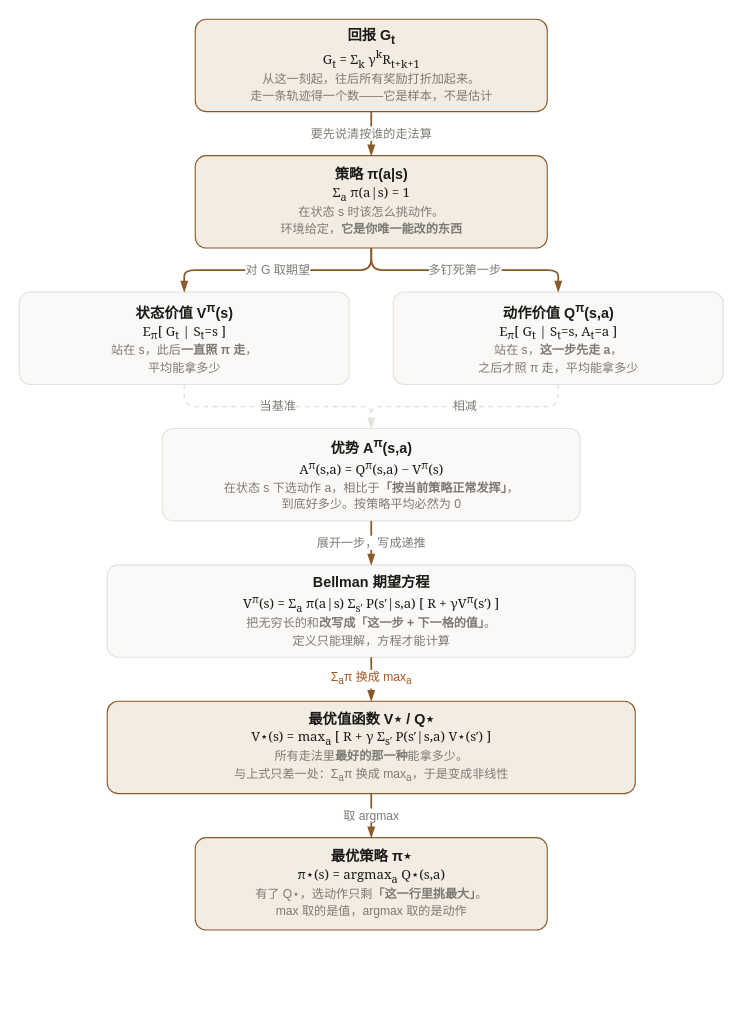
The draw.io diagram docs/assets/value-family.drawio in alfredzhang98/awesome_rl_handbook, before the edit. Source tidied: cells renumbered, new cells numbered last; positions are measured from the earlier drawing's top-left corner, leaving out a move shared by most shapes. Both pictures are drawn from the tidied source at 110%, with x=0, y=0 at pixel (19, 19).
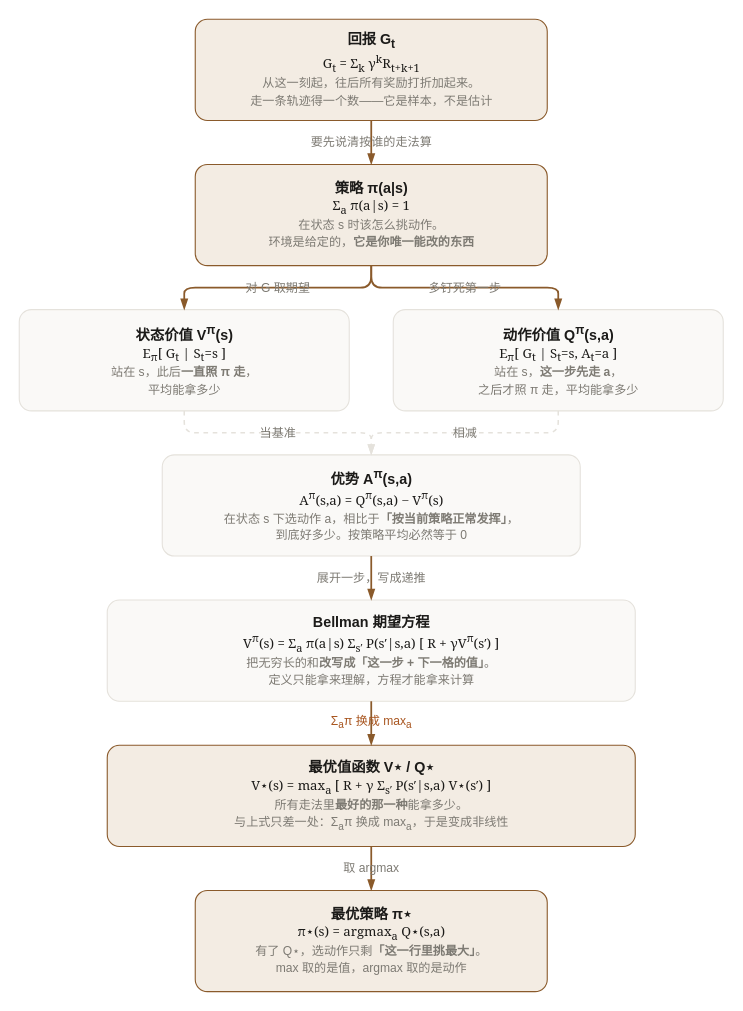
After the change.

Commit message (it also covers changes not shown here):
DP 直觉打通：ch2 新增 3×4 网格前向 dp，ch0 新增自举与递推方向、补收敛遍数；路线图加课级锚点

Diff of the diagram source:
```diff
@@
 <mxGraphModel>
   <root>
     <mxCell id="0" />
     <mxCell id="1" parent="0" />
-    <mxCell id="2" value="&lt;b&gt;回报 G&lt;sub&gt;t&lt;/sub&gt;&lt;/b&gt;&lt;br&gt;&lt;font style=&quot;font-family:Georgia,serif;font-size:12px&quot;&gt;G&lt;sub&gt;t&lt;/sub&gt; = Σ&lt;sub&gt;k&lt;/sub&gt; γ&lt;sup&gt;k&lt;/sup&gt;R&lt;sub&gt;t+k+1&lt;/sub&gt;&lt;/font&gt;&lt;br&gt;&lt;font color=&quot;#7d7a73&quot; style=&quot;font-size:11px&quot;&gt;从这一刻起，往后所有奖励打折加起来。&lt;br&gt;走一条轨迹得一个数——它是样本，不是估计&lt;/font&gt;" style="rounded=1;arcSize=12;html=1;fillColor=#f3ece3;strokeColor=#8a5a2b;fontColor=#1c1b19;fontSize=13;verticalAlign=middle;" parent="1" vertex="1">
-      <mxGeometry x="160" width="320" height="84" as="geometry" />
+    <mxCell id="2" value="&lt;b&gt;回报 G&lt;sub&gt;t&lt;/sub&gt;&lt;/b&gt;&lt;br&gt;&lt;font style=&quot;font-family:Georgia,serif;font-size:12px&quot;&gt;G&lt;sub&gt;t&lt;/sub&gt; = Σ&lt;sub&gt;k&lt;/sub&gt; γ&lt;sup&gt;k&lt;/sup&gt;R&lt;sub&gt;t+k+1&lt;/sub&gt;&lt;/font&gt;&lt;br&gt;&lt;font style=&quot;color:#7d7a73;font-size:11px&quot;&gt;从这一刻起，往后所有奖励打折加起来。&lt;br&gt;走一条轨迹得一个数——它是样本，不是估计&lt;/font&gt;" style="rounded=1;arcSize=12;html=1;fillColor=#f3ece3;strokeColor=#8a5a2b;fontColor=#1c1b19;fontSize=13;verticalAlign=middle;spacingTop=2;spacingBottom=2;" parent="1" vertex="1">
+      <mxGeometry x="160" width="320" height="92" as="geometry" />
     </mxCell>
-    <mxCell id="3" value="&lt;b&gt;策略 π(a|s)&lt;/b&gt;&lt;br&gt;&lt;font style=&quot;font-family:Georgia,serif;font-size:12px&quot;&gt;Σ&lt;sub&gt;a&lt;/sub&gt; π(a|s) = 1&lt;/font&gt;&lt;br&gt;&lt;font color=&quot;#7d7a73&quot; style=&quot;font-size:11px&quot;&gt;在状态 s 时该怎么挑动作。&lt;br&gt;环境给定，&lt;b&gt;它是你唯一能改的东西&lt;/b&gt;&lt;/font&gt;" style="rounded=1;arcSize=12;html=1;fillColor=#f3ece3;strokeColor=#8a5a2b;fontColor=#1c1b19;fontSize=13;" parent="1" vertex="1">
-      <mxGeometry x="160" y="124" width="320" height="84" as="geometry" />
+    <mxCell id="3" value="&lt;b&gt;策略 π(a|s)&lt;/b&gt;&lt;br&gt;&lt;font style=&quot;font-family:Georgia,serif;font-size:12px&quot;&gt;Σ&lt;sub&gt;a&lt;/sub&gt; π(a|s) = 1&lt;/font&gt;&lt;br&gt;&lt;font style=&quot;color:#7d7a73;font-size:11px&quot;&gt;在状态 s 时该怎么挑动作。&lt;br&gt;环境是给定的，&lt;b&gt;它是你唯一能改的东西&lt;/b&gt;&lt;/font&gt;" style="rounded=1;arcSize=12;html=1;fillColor=#f3ece3;strokeColor=#8a5a2b;fontColor=#1c1b19;fontSize=13;verticalAlign=middle;spacingTop=2;spacingBottom=2;" parent="1" vertex="1">
+      <mxGeometry x="160" y="132" width="320" height="92" as="geometry" />
     </mxCell>
-    <mxCell id="4" value="&lt;b&gt;状态价值 V&lt;sup&gt;π&lt;/sup&gt;(s)&lt;/b&gt;&lt;br&gt;&lt;font style=&quot;font-family:Georgia,serif;font-size:12px&quot;&gt;E&lt;sub&gt;π&lt;/sub&gt;[ G&lt;sub&gt;t&lt;/sub&gt; | S&lt;sub&gt;t&lt;/sub&gt;=s ]&lt;/font&gt;&lt;br&gt;&lt;font color=&quot;#7d7a73&quot; style=&quot;font-size:11px&quot;&gt;站在 s，此后&lt;b&gt;一直照 π 走&lt;/b&gt;，&lt;br&gt;平均能拿多少&lt;/font&gt;" style="rounded=1;arcSize=12;html=1;fillColor=#faf9f7;strokeColor=#e5e2dc;fontColor=#1c1b19;fontSize=13;" parent="1" vertex="1">
-      <mxGeometry y="248" width="300" height="84" as="geometry" />
+    <mxCell id="4" value="&lt;b&gt;状态价值 V&lt;sup&gt;π&lt;/sup&gt;(s)&lt;/b&gt;&lt;br&gt;&lt;font style=&quot;font-family:Georgia,serif;font-size:12px&quot;&gt;E&lt;sub&gt;π&lt;/sub&gt;[ G&lt;sub&gt;t&lt;/sub&gt; | S&lt;sub&gt;t&lt;/sub&gt;=s ]&lt;/font&gt;&lt;br&gt;&lt;font style=&quot;color:#7d7a73;font-size:11px&quot;&gt;站在 s，此后&lt;b&gt;一直照 π 走&lt;/b&gt;，&lt;br&gt;平均能拿多少&lt;/font&gt;" style="rounded=1;arcSize=12;html=1;fillColor=#faf9f7;strokeColor=#e5e2dc;fontColor=#1c1b19;fontSize=13;verticalAlign=middle;spacingTop=2;spacingBottom=2;" parent="1" vertex="1">
+      <mxGeometry y="264" width="300" height="92" as="geometry" />
     </mxCell>
-    <mxCell id="5" value="&lt;b&gt;动作价值 Q&lt;sup&gt;π&lt;/sup&gt;(s,a)&lt;/b&gt;&lt;br&gt;&lt;font style=&quot;font-family:Georgia,serif;font-size:12px&quot;&gt;E&lt;sub&gt;π&lt;/sub&gt;[ G&lt;sub&gt;t&lt;/sub&gt; | S&lt;sub&gt;t&lt;/sub&gt;=s, A&lt;sub&gt;t&lt;/sub&gt;=a ]&lt;/font&gt;&lt;br&gt;&lt;font color=&quot;#7d7a73&quot; style=&quot;font-size:11px&quot;&gt;站在 s，&lt;b&gt;这一步先走 a&lt;/b&gt;，&lt;br&gt;之后才照 π 走，平均能拿多少&lt;/font&gt;" style="rounded=1;arcSize=12;html=1;fillColor=#faf9f7;strokeColor=#e5e2dc;fontColor=#1c1b19;fontSize=13;" parent="1" vertex="1">
-      <mxGeometry x="340" y="248" width="300" height="84" as="geometry" />
+    <mxCell id="5" value="&lt;b&gt;动作价值 Q&lt;sup&gt;π&lt;/sup&gt;(s,a)&lt;/b&gt;&lt;br&gt;&lt;font style=&quot;font-family:Georgia,serif;font-size:12px&quot;&gt;E&lt;sub&gt;π&lt;/sub&gt;[ G&lt;sub&gt;t&lt;/sub&gt; | S&lt;sub&gt;t&lt;/sub&gt;=s, A&lt;sub&gt;t&lt;/sub&gt;=a ]&lt;/font&gt;&lt;br&gt;&lt;font style=&quot;color:#7d7a73;font-size:11px&quot;&gt;站在 s，&lt;b&gt;这一步先走 a&lt;/b&gt;，&lt;br&gt;之后才照 π 走，平均能拿多少&lt;/font&gt;" style="rounded=1;arcSize=12;html=1;fillColor=#faf9f7;strokeColor=#e5e2dc;fontColor=#1c1b19;fontSize=13;verticalAlign=middle;spacingTop=2;spacingBottom=2;" parent="1" vertex="1">
+      <mxGeometry x="340" y="264" width="300" height="92" as="geometry" />
     </mxCell>
-    <mxCell id="6" value="&lt;b&gt;优势 A&lt;sup&gt;π&lt;/sup&gt;(s,a)&lt;/b&gt;&lt;br&gt;&lt;font style=&quot;font-family:Georgia,serif;font-size:12px&quot;&gt;A&lt;sup&gt;π&lt;/sup&gt;(s,a) = Q&lt;sup&gt;π&lt;/sup&gt;(s,a) − V&lt;sup&gt;π&lt;/sup&gt;(s)&lt;/font&gt;&lt;br&gt;&lt;font color=&quot;#7d7a73&quot; style=&quot;font-size:11px&quot;&gt;在状态 s 下选动作 a，相比于&lt;b&gt;「按当前策略正常发挥」&lt;/b&gt;，&lt;br&gt;到底好多少。按策略平均必然为 0&lt;/font&gt;" style="rounded=1;arcSize=12;html=1;fillColor=#faf9f7;strokeColor=#e5e2dc;fontColor=#1c1b19;fontSize=13;" parent="1" vertex="1">
-      <mxGeometry x="130" y="372" width="380" height="84" as="geometry" />
+    <mxCell id="6" value="&lt;b&gt;优势 A&lt;sup&gt;π&lt;/sup&gt;(s,a)&lt;/b&gt;&lt;br&gt;&lt;font style=&quot;font-family:Georgia,serif;font-size:12px&quot;&gt;A&lt;sup&gt;π&lt;/sup&gt;(s,a) = Q&lt;sup&gt;π&lt;/sup&gt;(s,a) − V&lt;sup&gt;π&lt;/sup&gt;(s)&lt;/font&gt;&lt;br&gt;&lt;font style=&quot;color:#7d7a73;font-size:11px&quot;&gt;在状态 s 下选动作 a，相比于&lt;b&gt;「按当前策略正常发挥」&lt;/b&gt;，&lt;br&gt;到底好多少。按策略平均必然等于 0&lt;/font&gt;" style="rounded=1;arcSize=12;html=1;fillColor=#faf9f7;strokeColor=#e5e2dc;fontColor=#1c1b19;fontSize=13;verticalAlign=middle;spacingTop=2;spacingBottom=2;" parent="1" vertex="1">
+      <mxGeometry x="130" y="396" width="380" height="92" as="geometry" />
     </mxCell>
-    <mxCell id="7" value="&lt;b&gt;Bellman 期望方程&lt;/b&gt;&lt;br&gt;&lt;font style=&quot;font-family:Georgia,serif;font-size:12px&quot;&gt;V&lt;sup&gt;π&lt;/sup&gt;(s) = Σ&lt;sub&gt;a&lt;/sub&gt; π(a|s) Σ&lt;sub&gt;s′&lt;/sub&gt; P(s′|s,a) [ R + γV&lt;sup&gt;π&lt;/sup&gt;(s′) ]&lt;/font&gt;&lt;br&gt;&lt;font color=&quot;#7d7a73&quot; style=&quot;font-size:11px&quot;&gt;把无穷长的和&lt;b&gt;改写成「这一步 + 下一格的值」&lt;/b&gt;。&lt;br&gt;定义只能理解，方程才能计算&lt;/font&gt;" style="rounded=1;arcSize=12;html=1;fillColor=#faf9f7;strokeColor=#e5e2dc;fontColor=#1c1b19;fontSize=13;" parent="1" vertex="1">
-      <mxGeometry x="80" y="496" width="480" height="84" as="geometry" />
+    <mxCell id="7" value="&lt;b&gt;Bellman 期望方程&lt;/b&gt;&lt;br&gt;&lt;font style=&quot;font-family:Georgia,serif;font-size:12px&quot;&gt;V&lt;sup&gt;π&lt;/sup&gt;(s) = Σ&lt;sub&gt;a&lt;/sub&gt; π(a|s) Σ&lt;sub&gt;s′&lt;/sub&gt; P(s′|s,a) [ R + γV&lt;sup&gt;π&lt;/sup&gt;(s′) ]&lt;/font&gt;&lt;br&gt;&lt;font style=&quot;color:#7d7a73;font-size:11px&quot;&gt;把无穷长的和&lt;b&gt;改写成「这一步 + 下一格的值」&lt;/b&gt;。&lt;br&gt;定义只能拿来理解，方程才能拿来计算&lt;/font&gt;" style="rounded=1;arcSize=12;html=1;fillColor=#faf9f7;strokeColor=#e5e2dc;fontColor=#1c1b19;fontSize=13;verticalAlign=middle;spacingTop=2;spacingBottom=2;" parent="1" vertex="1">
+      <mxGeometry x="80" y="528" width="480" height="92" as="geometry" />
     </mxCell>
-    <mxCell id="8" value="&lt;b&gt;最优值函数 V⋆ / Q⋆&lt;/b&gt;&lt;br&gt;&lt;font style=&quot;font-family:Georgia,serif;font-size:12px&quot;&gt;V⋆(s) = max&lt;sub&gt;a&lt;/sub&gt; [ R + γ Σ&lt;sub&gt;s′&lt;/sub&gt; P(s′|s,a) V⋆(s′) ]&lt;/font&gt;&lt;br&gt;&lt;font color=&quot;#7d7a73&quot; style=&quot;font-size:11px&quot;&gt;所有走法里&lt;b&gt;最好的那一种&lt;/b&gt;能拿多少。&lt;br&gt;与上式只差一处：Σ&lt;sub&gt;a&lt;/sub&gt;π 换成 max&lt;sub&gt;a&lt;/sub&gt;，于是变成非线性&lt;/font&gt;" style="rounded=1;arcSize=12;html=1;fillColor=#f3ece3;strokeColor=#8a5a2b;fontColor=#1c1b19;fontSize=13;" parent="1" vertex="1">
-      <mxGeometry x="80" y="620" width="480" height="84" as="geometry" />
+    <mxCell id="8" value="&lt;b&gt;最优值函数 V⋆ / Q⋆&lt;/b&gt;&lt;br&gt;&lt;font style=&quot;font-family:Georgia,serif;font-size:12px&quot;&gt;V⋆(s) = max&lt;sub&gt;a&lt;/sub&gt; [ R + γ Σ&lt;sub&gt;s′&lt;/sub&gt; P(s′|s,a) V⋆(s′) ]&lt;/font&gt;&lt;br&gt;&lt;font style=&quot;color:#7d7a73;font-size:11px&quot;&gt;所有走法里&lt;b&gt;最好的那一种&lt;/b&gt;能拿多少。&lt;br&gt;与上式只差一处：Σ&lt;sub&gt;a&lt;/sub&gt;π 换成 max&lt;sub&gt;a&lt;/sub&gt;，于是变成非线性&lt;/font&gt;" style="rounded=1;arcSize=12;html=1;fillColor=#f3ece3;strokeColor=#8a5a2b;fontColor=#1c1b19;fontSize=13;verticalAlign=middle;spacingTop=2;spacingBottom=2;" parent="1" vertex="1">
+      <mxGeometry x="80" y="660" width="480" height="92" as="geometry" />
     </mxCell>
-    <mxCell id="9" value="&lt;b&gt;最优策略 π⋆&lt;/b&gt;&lt;br&gt;&lt;font style=&quot;font-family:Georgia,serif;font-size:12px&quot;&gt;π⋆(s) = argmax&lt;sub&gt;a&lt;/sub&gt; Q⋆(s,a)&lt;/font&gt;&lt;br&gt;&lt;font color=&quot;#7d7a73&quot; style=&quot;font-size:11px&quot;&gt;有了 Q⋆，选动作只剩&lt;b&gt;「这一行里挑最大」&lt;/b&gt;。&lt;br&gt;max 取的是值，argmax 取的是动作&lt;/font&gt;" style="rounded=1;arcSize=12;html=1;fillColor=#f3ece3;strokeColor=#8a5a2b;fontColor=#1c1b19;fontSize=13;" parent="1" vertex="1">
-      <mxGeometry x="160" y="744" width="320" height="84" as="geometry" />
+    <mxCell id="9" value="&lt;b&gt;最优策略 π⋆&lt;/b&gt;&lt;br&gt;&lt;font style=&quot;font-family:Georgia,serif;font-size:12px&quot;&gt;π⋆(s) = argmax&lt;sub&gt;a&lt;/sub&gt; Q⋆(s,a)&lt;/font&gt;&lt;br&gt;&lt;font style=&quot;color:#7d7a73;font-size:11px&quot;&gt;有了 Q⋆，选动作只剩&lt;b&gt;「这一行里挑最大」&lt;/b&gt;。&lt;br&gt;max 取的是值，argmax 取的是动作&lt;/font&gt;" style="rounded=1;arcSize=12;html=1;fillColor=#f3ece3;strokeColor=#8a5a2b;fontColor=#1c1b19;fontSize=13;verticalAlign=middle;spacingTop=2;spacingBottom=2;" parent="1" vertex="1">
+      <mxGeometry x="160" y="792" width="320" height="92" as="geometry" />
     </mxCell>
-    <mxCell id="10" value="要先说清按谁的走法算" style="edgeStyle=orthogonalEdgeStyle;rounded=1;html=1;strokeColor=#8a5a2b;strokeWidth=1.6;endArrow=blockThin;endFill=1;fontSize=11;fontColor=#7d7a73;" parent="1" edge="1" source="2" target="3">
+    <mxCell id="10" value="要先说清按谁的走法算" style="edgeStyle=orthogonalEdgeStyle;rounded=1;html=1;strokeColor=#8a5a2b;strokeWidth=1.6;endArrow=blockThin;endFill=1;fontSize=11;fontColor=#7d7a73;labelBackgroundColor=none;" parent="1" edge="1" source="2" target="3">
       <mxGeometry relative="1" as="geometry" />
     </mxCell>
-    <mxCell id="11" value="对 G 取期望" style="edgeStyle=orthogonalEdgeStyle;rounded=1;html=1;strokeColor=#8a5a2b;strokeWidth=1.6;endArrow=blockThin;endFill=1;fontSize=11;fontColor=#7d7a73;" parent="1" edge="1" source="3" target="4">
+    <mxCell id="11" value="对 G 取期望" style="edgeStyle=orthogonalEdgeStyle;rounded=1;html=1;strokeColor=#8a5a2b;strokeWidth=1.6;endArrow=blockThin;endFill=1;fontSize=11;fontColor=#7d7a73;labelBackgroundColor=none;" parent="1" edge="1" source="3" target="4">
       <mxGeometry relative="1" as="geometry" />
     </mxCell>
-    <mxCell id="12" value="多钉死第一步" style="edgeStyle=orthogonalEdgeStyle;rounded=1;html=1;strokeColor=#8a5a2b;strokeWidth=1.6;endArrow=blockThin;endFill=1;fontSize=11;fontColor=#7d7a73;" parent="1" edge="1" source="3" target="5">
+    <mxCell id="12" value="多钉死第一步" style="edgeStyle=orthogonalEdgeStyle;rounded=1;html=1;strokeColor=#8a5a2b;strokeWidth=1.6;endArrow=blockThin;endFill=1;fontSize=11;fontColor=#7d7a73;labelBackgroundColor=none;" parent="1" edge="1" source="3" target="5">
       <mxGeometry relative="1" as="geometry" />
     </mxCell>
-    <mxCell id="13" value="相减" style="edgeStyle=orthogonalEdgeStyle;rounded=1;html=1;strokeColor=#e5e2dc;strokeWidth=1.4;endArrow=blockThin;dashed=1;fontSize=11;fontColor=#7d7a73;" parent="1" edge="1" source="5" target="6">
+    <mxCell id="13" value="相减" style="edgeStyle=orthogonalEdgeStyle;rounded=1;html=1;strokeColor=#e5e2dc;strokeWidth=1.4;endArrow=blockThin;dashed=1;fontSize=11;fontColor=#7d7a73;labelBackgroundColor=none;" parent="1" edge="1" source="5" target="6">
       <mxGeometry relative="1" as="geometry" />
     </mxCell>
-    <mxCell id="14" value="当基准" style="edgeStyle=orthogonalEdgeStyle;rounded=1;html=1;strokeColor=#e5e2dc;strokeWidth=1.4;endArrow=blockThin;dashed=1;fontSize=11;fontColor=#7d7a73;" parent="1" edge="1" source="4" target="6">
+    <mxCell id="14" value="当基准" style="edgeStyle=orthogonalEdgeStyle;rounded=1;html=1;strokeColor=#e5e2dc;strokeWidth=1.4;endArrow=blockThin;dashed=1;fontSize=11;fontColor=#7d7a73;labelBackgroundColor=none;" parent="1" edge="1" source="4" target="6">
       <mxGeometry relative="1" as="geometry" />
     </mxCell>
-    <mxCell id="15" value="展开一步，写成递推" style="edgeStyle=orthogonalEdgeStyle;rounded=1;html=1;strokeColor=#8a5a2b;strokeWidth=1.6;endArrow=blockThin;endFill=1;fontSize=11;fontColor=#7d7a73;" parent="1" edge="1" source="6" target="7">
+    <mxCell id="15" value="展开一步，写成递推" style="edgeStyle=orthogonalEdgeStyle;rounded=1;html=1;strokeColor=#8a5a2b;strokeWidth=1.6;endArrow=blockThin;endFill=1;fontSize=11;fontColor=#7d7a73;labelBackgroundColor=none;" parent="1" edge="1" source="6" target="7">
       <mxGeometry relative="1" as="geometry" />
     </mxCell>
-    <mxCell id="16" value="Σ&lt;sub&gt;a&lt;/sub&gt;π 换成 max&lt;sub&gt;a&lt;/sub&gt;" style="edgeStyle=orthogonalEdgeStyle;rounded=1;html=1;strokeColor=#8a5a2b;strokeWidth=1.6;endArrow=blockThin;endFill=1;fontSize=11;fontColor=#a8551f;" parent="1" edge="1" source="7" target="8">
+    <mxCell id="16" value="Σ&lt;sub&gt;a&lt;/sub&gt;π 换成 max&lt;sub&gt;a&lt;/sub&gt;" style="edgeStyle=orthogonalEdgeStyle;rounded=1;html=1;strokeColor=#8a5a2b;strokeWidth=1.6;endArrow=blockThin;endFill=1;fontSize=11;fontColor=#a8551f;labelBackgroundColor=none;" parent="1" edge="1" source="7" target="8">
       <mxGeometry relative="1" as="geometry" />
     </mxCell>
-    <mxCell id="17" value="取 argmax" style="edgeStyle=orthogonalEdgeStyle;rounded=1;html=1;strokeColor=#8a5a2b;strokeWidth=1.6;endArrow=blockThin;endFill=1;fontSize=11;fontColor=#7d7a73;" parent="1" edge="1" source="8" target="9">
+    <mxCell id="17" value="取 argmax" style="edgeStyle=orthogonalEdgeStyle;rounded=1;html=1;strokeColor=#8a5a2b;strokeWidth=1.6;endArrow=blockThin;endFill=1;fontSize=11;fontColor=#7d7a73;labelBackgroundColor=none;" parent="1" edge="1" source="8" target="9">
       <mxGeometry relative="1" as="geometry" />
     </mxCell>
   </root>
 </mxGraphModel>
```
